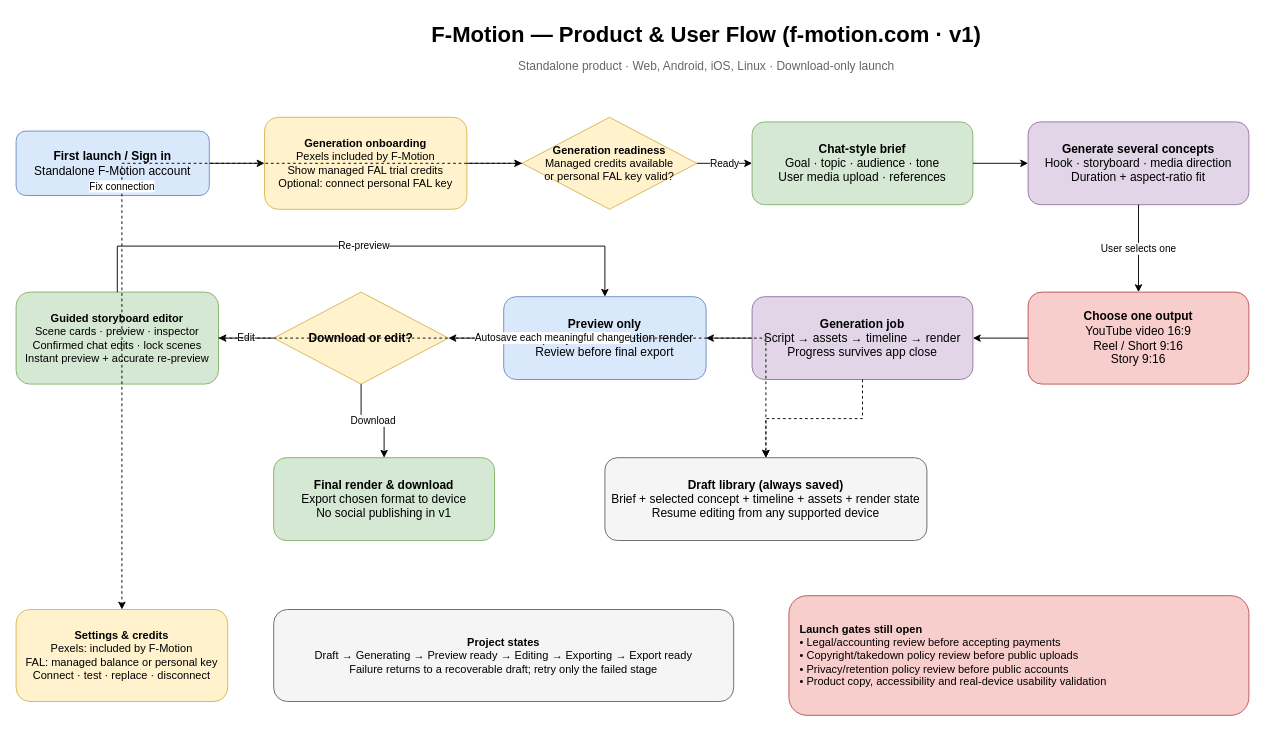
This is page "1. Product & User Flow" (1 of 11) of docs/architecture/f-motion.drawio from ivanillka/f-motion, a draw.io file, before an edit. Source tidied: cells renumbered, new cells numbered last; positions are measured from the earlier drawing's top-left corner, leaving out a move shared by most shapes. Both pictures are drawn from the tidied source at 92%, with x=0, y=0 at pixel (16, 16).
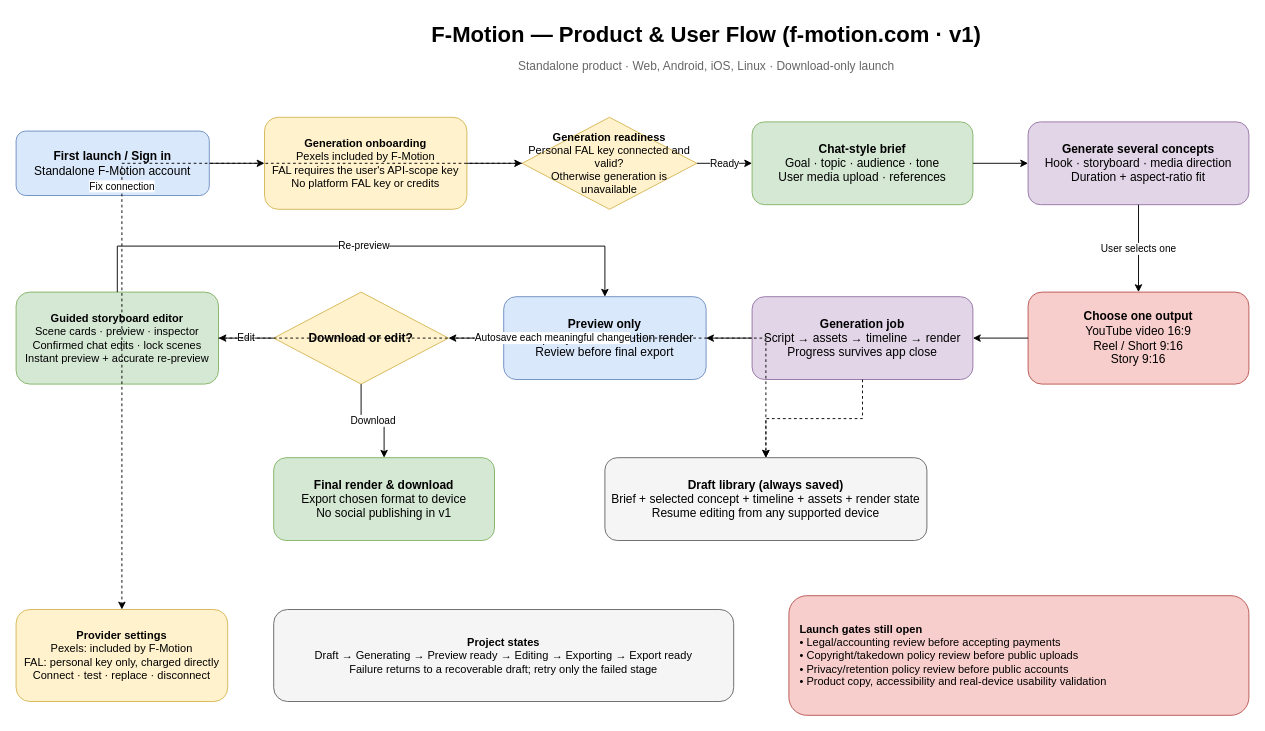
The same diagram, later.

What changed in the source:
```diff
@@
-    <mxCell id="5" value="&lt;b&gt;Generation onboarding&lt;/b&gt;&lt;br&gt;Pexels included by F-Motion&lt;br&gt;Show managed FAL trial credits&lt;br&gt;Optional: connect personal FAL key" style="rounded=1;whiteSpace=wrap;html=1;fillColor=#fff2cc;strokeColor=#d6b656;fontSize=12;" parent="1" vertex="1">
+    <mxCell id="5" value="&lt;b&gt;Generation onboarding&lt;/b&gt;&lt;br&gt;Pexels included by F-Motion&lt;br&gt;FAL requires the user's API-scope key&lt;br&gt;No platform FAL key or credits" style="rounded=1;whiteSpace=wrap;html=1;fillColor=#fff2cc;strokeColor=#d6b656;fontSize=12;" parent="1" vertex="1">
       <mxGeometry x="270" y="110" width="220" height="100" as="geometry" />
     </mxCell>
-    <mxCell id="6" value="&lt;b&gt;Generation readiness&lt;/b&gt;&lt;br&gt;Managed credits available&lt;br&gt;or personal FAL key valid?" style="rhombus;whiteSpace=wrap;html=1;fillColor=#fff2cc;strokeColor=#d6b656;fontSize=12;" parent="1" vertex="1">
+    <mxCell id="6" value="&lt;b&gt;Generation readiness&lt;/b&gt;&lt;br&gt;Personal FAL key connected and valid?&lt;br&gt;Otherwise generation is unavailable" style="rhombus;whiteSpace=wrap;html=1;fillColor=#fff2cc;strokeColor=#d6b656;fontSize=12;" parent="1" vertex="1">
       <mxGeometry x="550" y="110" width="190" height="100" as="geometry" />
     </mxCell>
@@
-    <mxCell id="16" value="&lt;b&gt;Settings &amp; credits&lt;/b&gt;&lt;br&gt;Pexels: included by F-Motion&lt;br&gt;FAL: managed balance or personal key&lt;br&gt;Connect · test · replace · disconnect" style="rounded=1;whiteSpace=wrap;html=1;fillColor=#fff2cc;strokeColor=#d6b656;fontSize=12;" parent="1" vertex="1">
+    <mxCell id="16" value="&lt;b&gt;Provider settings&lt;/b&gt;&lt;br&gt;Pexels: included by F-Motion&lt;br&gt;FAL: personal key only, charged directly&lt;br&gt;Connect · test · replace · disconnect" style="rounded=1;whiteSpace=wrap;html=1;fillColor=#fff2cc;strokeColor=#d6b656;fontSize=12;" parent="1" vertex="1">
       <mxGeometry y="645" width="230" height="100" as="geometry" />
     </mxCell>
```
